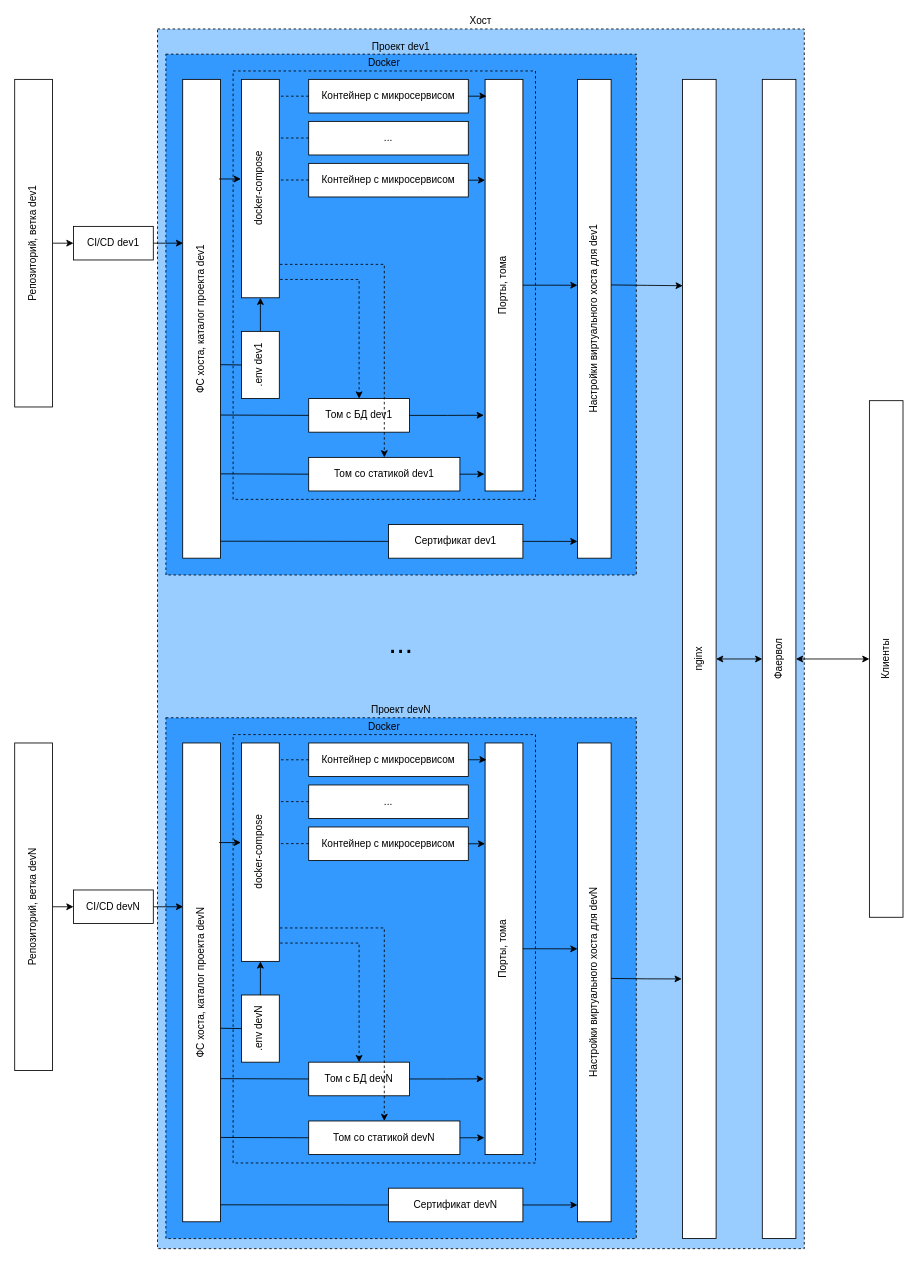
Above: Dev контур.drawio in rpurei/RETM-Schemes (draw.io), before the change. Source tidied: cells renumbered, new cells numbered last; positions are measured from the earlier drawing's top-left corner, leaving out a move shared by most shapes. Both pictures are drawn from the tidied source at 84%, with x=0, y=0 at pixel (14, 29).
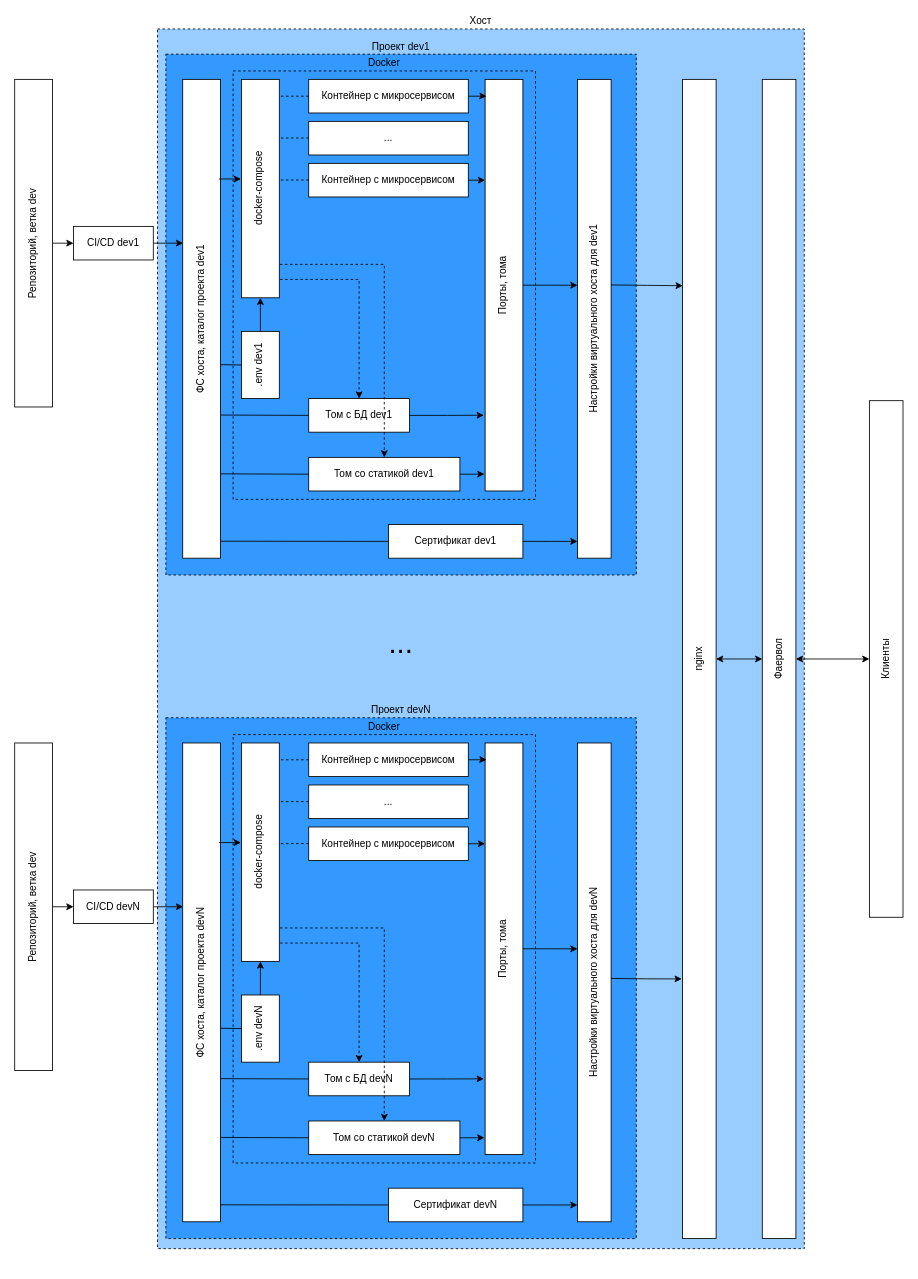
Above is the later version.

The change refers to these unchanged cells:
```xml
<mxCell id="3" style="group;" parent="1" vertex="1">
  <mxGeometry y="30" width="940" height="1442" as="geometry" />
</mxCell>
<mxCell id="41" style="group;" parent="1" vertex="1">
  <mxGeometry y="820" width="740" height="620" as="geometry" />
</mxCell>
```

What changed in the source:
```diff
@@
-    <mxCell id="16" value="Репозиторий, ветка dev1" style="rounded=0;whiteSpace=wrap;html=1;textDirection=vertical-rl;rotation=-180;" parent="3" vertex="1">
+    <mxCell id="16" value="Репозиторий, ветка dev" style="rounded=0;whiteSpace=wrap;html=1;textDirection=vertical-rl;rotation=-180;" parent="3" vertex="1">
       <mxGeometry y="30" width="45" height="390" as="geometry" />
     </mxCell>
@@
-    <mxCell id="53" value="Репозиторий, ветка devN" style="rounded=0;whiteSpace=wrap;html=1;textDirection=vertical-rl;rotation=-180;" parent="41" vertex="1">
+    <mxCell id="53" value="Репозиторий, ветка dev" style="rounded=0;whiteSpace=wrap;html=1;textDirection=vertical-rl;rotation=-180;" parent="41" vertex="1">
       <mxGeometry y="30" width="45" height="390" as="geometry" />
     </mxCell>
```
